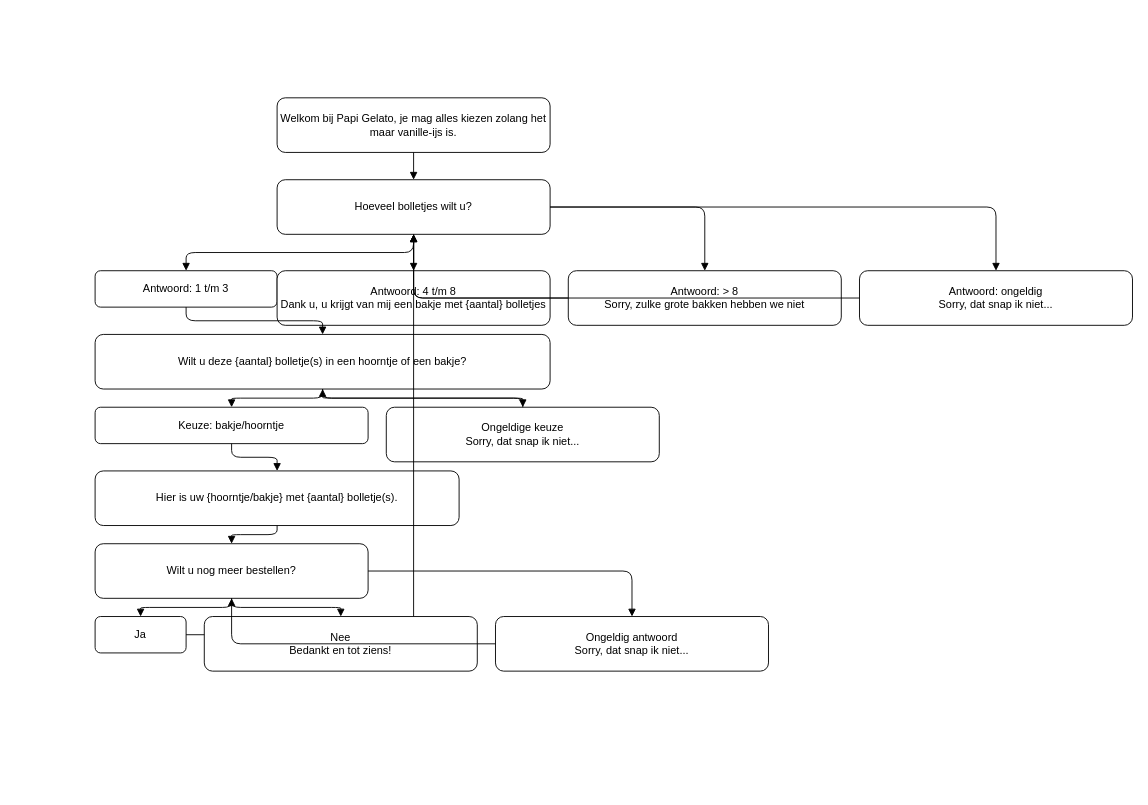
Sevban38/leren_progameren keeps this draw.io diagram as Module 6 - De vraag van een klant [w32 - w36]/Deel 1 - Op DRY ijs [w32, w33]/opracht1.drawio. Above is the earlier version. Source tidied: cells renumbered, new cells numbered last; positions are measured from the earlier drawing's top-left corner, leaving out a move shared by most shapes. Both pictures are drawn from the tidied source at 91%, with x=0, y=0 at pixel (95, 97).
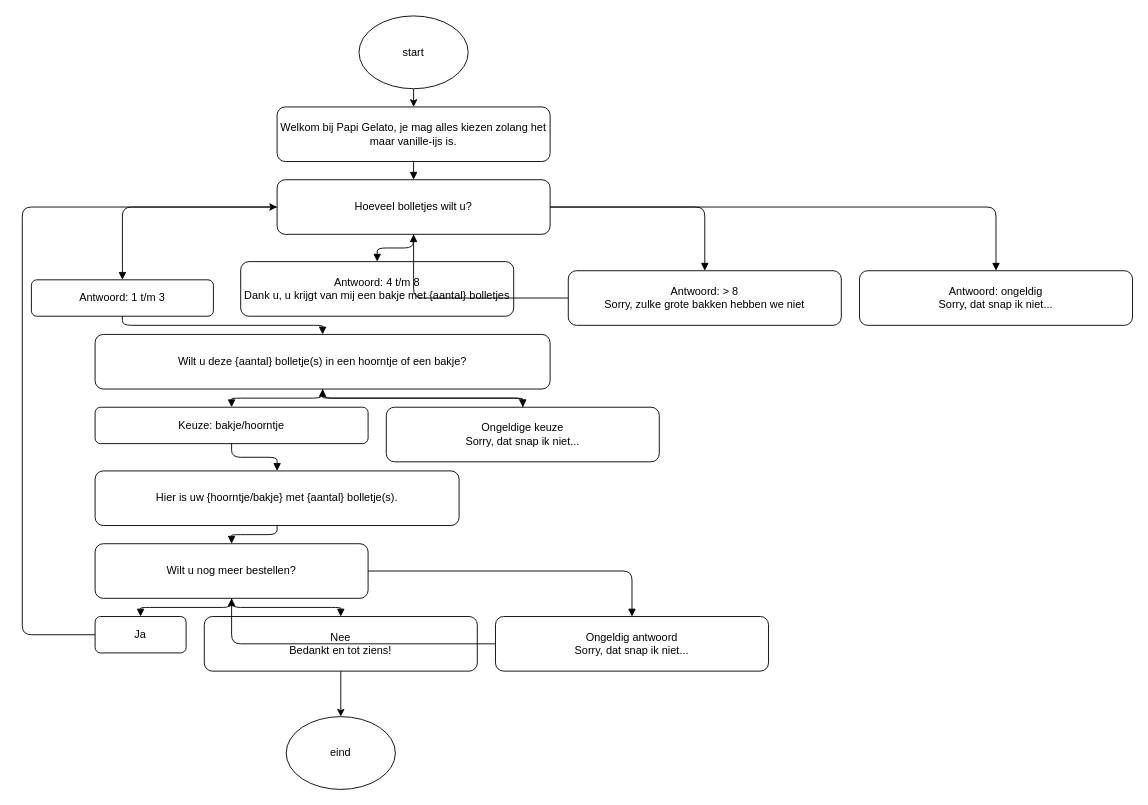
Above is the later version.

The change refers to these unchanged cells:
```xml
<mxCell id="3" value="Hoeveel bolletjes wilt u?" style="rounded=1;whiteSpace=wrap;html=1;" parent="1" vertex="1">
  <mxGeometry x="200" y="90" width="300" height="60" as="geometry" />
</mxCell>
<mxCell id="12" value="Antwoord: ongeldig&#10;Sorry, dat snap ik niet..." style="rounded=1;whiteSpace=wrap;html=1;" parent="1" vertex="1">
  <mxGeometry x="840" y="190" width="300" height="60" as="geometry" />
</mxCell>
<mxCell id="26" value="Ja" style="rounded=1;whiteSpace=wrap;html=1;" parent="1" vertex="1">
  <mxGeometry y="570" width="100" height="40" as="geometry" />
</mxCell>
<mxCell id="29" value="Nee&#10;Bedankt en tot ziens!" style="rounded=1;whiteSpace=wrap;html=1;" parent="1" vertex="1">
  <mxGeometry x="120" y="570" width="300" height="60" as="geometry" />
</mxCell>
```

Diff of the diagram source:
```diff
@@
     <mxCell id="2" value="Welkom bij Papi Gelato, je mag alles kiezen zolang het maar vanille-ijs is." style="rounded=1;whiteSpace=wrap;html=1;" parent="1" vertex="1">
-      <mxGeometry x="200" width="300" height="60" as="geometry" />
+      <mxGeometry x="200" y="10" width="300" height="60" as="geometry" />
     </mxCell>
@@
     <mxCell id="5" value="Antwoord: 1 t/m 3" style="rounded=1;whiteSpace=wrap;html=1;" parent="1" vertex="1">
-      <mxGeometry y="190" width="200" height="40" as="geometry" />
+      <mxGeometry x="-70" y="200" width="200" height="40" as="geometry" />
     </mxCell>
@@
     <mxCell id="7" value="Antwoord: 4 t/m 8&#10;Dank u, u krijgt van mij een bakje met {aantal} bolletjes" style="rounded=1;whiteSpace=wrap;html=1;" parent="1" vertex="1">
-      <mxGeometry x="200" y="190" width="300" height="60" as="geometry" />
+      <mxGeometry x="160" y="180" width="300" height="60" as="geometry" />
     </mxCell>
@@
-    <mxCell id="14" style="edgeStyle=orthogonalEdgeStyle;rounded=1;html=1;endArrow=block;" parent="1" edge="1" source="12" target="3">
-      <mxGeometry relative="1" as="geometry" />
-    </mxCell>
@@
+    <mxCell id="28" style="edgeStyle=none;html=1;exitX=0;exitY=0.5;exitDx=0;exitDy=0;entryX=0;entryY=0.5;entryDx=0;entryDy=0;" parent="1" edge="1" source="26" target="3">
+      <mxGeometry relative="1" as="geometry">
+        <Array as="points">
+          <mxPoint x="-80" y="590" />
+          <mxPoint x="-80" y="120" />
+        </Array>
+      </mxGeometry>
+    </mxCell>
@@
-    <mxCell id="28" style="edgeStyle=orthogonalEdgeStyle;rounded=1;html=1;endArrow=block;" parent="1" edge="1" source="26" target="3">
-      <mxGeometry relative="1" as="geometry" />
-    </mxCell>
+    <mxCell id="34" style="edgeStyle=none;html=1;exitX=0.5;exitY=1;exitDx=0;exitDy=0;entryX=0.5;entryY=0;entryDx=0;entryDy=0;" parent="1" edge="1" source="29" target="35">
+      <mxGeometry relative="1" as="geometry" />
+    </mxCell>
@@
+    <mxCell id="35" value="eind" style="ellipse;whiteSpace=wrap;html=1;" parent="1" vertex="1">
+      <mxGeometry x="210" y="680" width="120" height="80" as="geometry" />
+    </mxCell>
+    <mxCell id="36" style="edgeStyle=none;html=1;exitX=0.5;exitY=1;exitDx=0;exitDy=0;entryX=0.5;entryY=0;entryDx=0;entryDy=0;" parent="1" edge="1" source="37" target="2">
+      <mxGeometry relative="1" as="geometry" />
+    </mxCell>
+    <mxCell id="37" value="start" style="ellipse;whiteSpace=wrap;html=1;" parent="1" vertex="1">
+      <mxGeometry x="290" y="-90" width="120" height="80" as="geometry" />
+    </mxCell>
```
